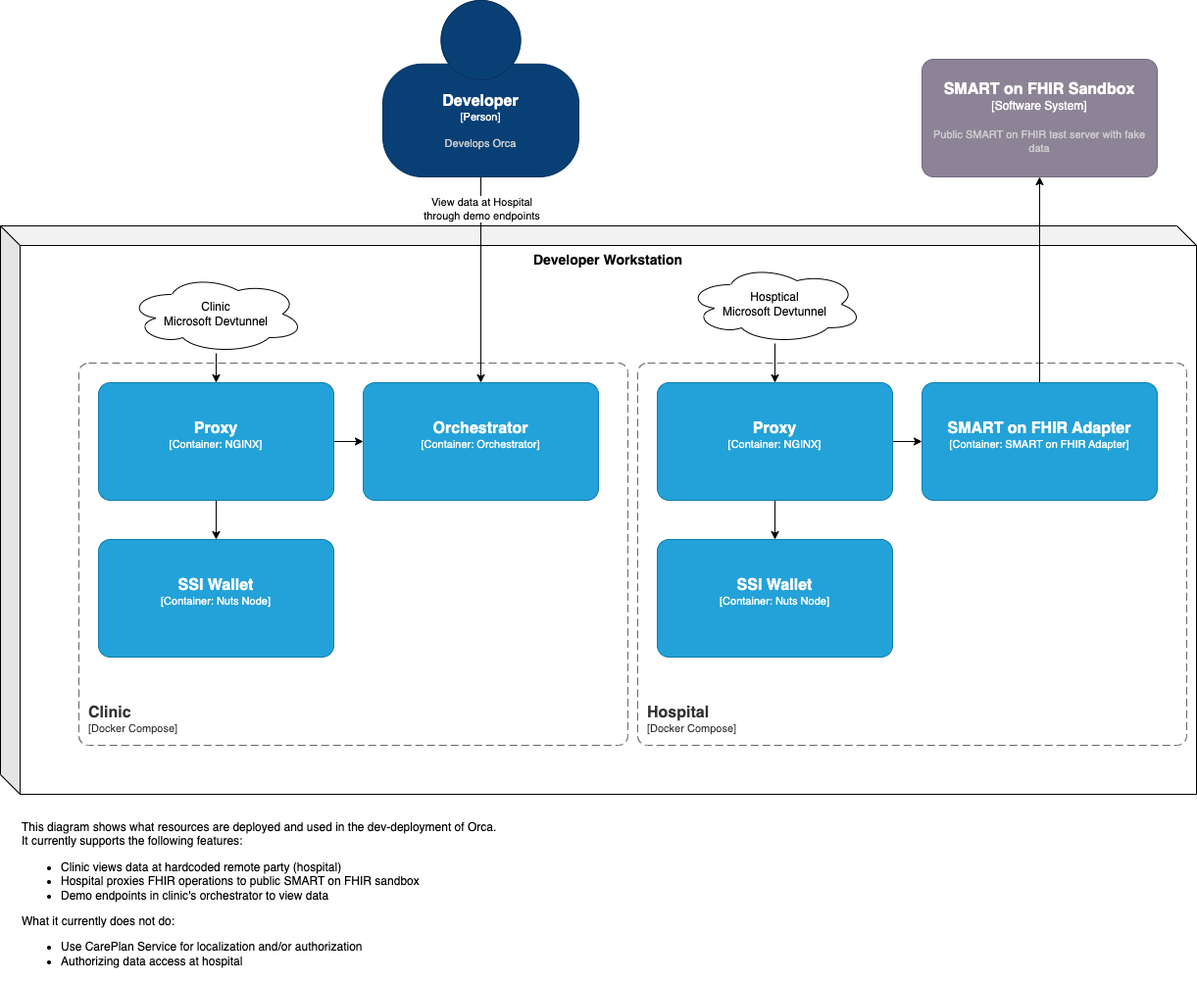
Above: deployments/dev/overview.png in SanteonNL/orca (draw.io), before the change. Source tidied: cells renumbered, new cells last; positions are measured from the earlier drawing's top-left corner, leaving out a move shared by most shapes. The source it was exported from:
```xml
<mxGraphModel>
  <root>
    <mxCell id="0" />
    <mxCell id="1" parent="0" />
    <mxCell id="2" value="&lt;b&gt;&lt;font style=&quot;font-size: 14px;&quot;&gt;Developer Workstation&lt;/font&gt;&lt;/b&gt;" style="shape=cube;whiteSpace=wrap;html=1;boundedLbl=1;backgroundOutline=1;darkOpacity=0.05;darkOpacity2=0.1;verticalAlign=top;" parent="1" vertex="1">
      <mxGeometry y="230" width="1220" height="580" as="geometry" />
    </mxCell>
    <object id="3" label="&lt;font style=&quot;font-size: 16px&quot;&gt;&lt;b&gt;&lt;div style=&quot;text-align: left&quot;&gt;%c4Name%&lt;/div&gt;&lt;/b&gt;&lt;/font&gt;&lt;div style=&quot;text-align: left&quot;&gt;[%c4Application%]&lt;/div&gt;" c4Application="Docker Compose" c4Name="Clinic" c4Type="SystemScopeBoundary" placeholders="1">
      <mxCell style="rounded=1;fontSize=11;whiteSpace=wrap;html=1;dashed=1;arcSize=20;fillColor=none;strokeColor=#666666;fontColor=#333333;labelBackgroundColor=none;align=left;verticalAlign=bottom;labelBorderColor=none;spacingTop=0;spacing=10;dashPattern=8 4;perimeter=rectanglePerimeter;noLabel=0;labelPadding=0;absoluteArcSize=1;" parent="1" vertex="1">
        <mxGeometry x="80" y="370" width="560" height="390" as="geometry" />
      </mxCell>
    </object>
    <object id="4" label="&lt;font style=&quot;font-size: 16px&quot;&gt;&lt;b&gt;%c4Name%&lt;/b&gt;&lt;/font&gt;&lt;div&gt;[%c4Type%: %c4Technology%]&lt;/div&gt;&lt;br&gt;&lt;div&gt;&lt;font style=&quot;font-size: 11px&quot;&gt;&lt;font color=&quot;#E6E6E6&quot;&gt;%c4Description%&lt;/font&gt;&lt;/div&gt;" c4Description="" c4Name="SSI Wallet" c4Technology="Nuts Node" c4Type="Container" placeholders="1">
      <mxCell style="rounded=1;whiteSpace=wrap;html=1;fontSize=11;labelBackgroundColor=none;fillColor=#23A2D9;fontColor=#ffffff;align=center;arcSize=10;strokeColor=#0E7DAD;points=[[0.25,0,0],[0.5,0,0],[0.75,0,0],[1,0.25,0],[1,0.5,0],[1,0.75,0],[0.75,1,0],[0.5,1,0],[0.25,1,0],[0,0.75,0],[0,0.5,0],[0,0.25,0]];" parent="1" vertex="1">
        <mxGeometry x="100" y="550" width="240" height="120" as="geometry" />
      </mxCell>
    </object>
    <mxCell id="5" style="edgeStyle=orthogonalEdgeStyle;rounded=0;jettySize=auto;html=1;" parent="1" edge="1" source="7" target="4">
      <mxGeometry relative="1" as="geometry" />
    </mxCell>
    <mxCell id="6" style="edgeStyle=orthogonalEdgeStyle;rounded=0;jettySize=auto;html=1;" parent="1" edge="1" source="7" target="8">
      <mxGeometry relative="1" as="geometry" />
    </mxCell>
    <object id="7" label="&lt;font style=&quot;font-size: 16px&quot;&gt;&lt;b&gt;%c4Name%&lt;/b&gt;&lt;/font&gt;&lt;div&gt;[%c4Type%: %c4Technology%]&lt;/div&gt;&lt;br&gt;&lt;div&gt;&lt;font style=&quot;font-size: 11px&quot;&gt;&lt;font color=&quot;#E6E6E6&quot;&gt;%c4Description%&lt;/font&gt;&lt;/div&gt;" c4Description="" c4Name="Proxy" c4Technology="NGINX" c4Type="Container" placeholders="1">
      <mxCell style="rounded=1;whiteSpace=wrap;html=1;fontSize=11;labelBackgroundColor=none;fillColor=#23A2D9;fontColor=#ffffff;align=center;arcSize=10;strokeColor=#0E7DAD;points=[[0.25,0,0],[0.5,0,0],[0.75,0,0],[1,0.25,0],[1,0.5,0],[1,0.75,0],[0.75,1,0],[0.5,1,0],[0.25,1,0],[0,0.75,0],[0,0.5,0],[0,0.25,0]];" parent="1" vertex="1">
        <mxGeometry x="100" y="390" width="240" height="120" as="geometry" />
      </mxCell>
    </object>
    <object id="8" label="&lt;font style=&quot;font-size: 16px&quot;&gt;&lt;b&gt;%c4Name%&lt;/b&gt;&lt;/font&gt;&lt;div&gt;[%c4Type%: %c4Technology%]&lt;/div&gt;&lt;br&gt;&lt;div&gt;&lt;font style=&quot;font-size: 11px&quot;&gt;&lt;font color=&quot;#E6E6E6&quot;&gt;%c4Description%&lt;/font&gt;&lt;/div&gt;" c4Description="" c4Name="Orchestrator" c4Technology="Orchestrator" c4Type="Container" placeholders="1">
      <mxCell style="rounded=1;whiteSpace=wrap;html=1;fontSize=11;labelBackgroundColor=none;fillColor=#23A2D9;fontColor=#ffffff;align=center;arcSize=10;strokeColor=#0E7DAD;points=[[0.25,0,0],[0.5,0,0],[0.75,0,0],[1,0.25,0],[1,0.5,0],[1,0.75,0],[0.75,1,0],[0.5,1,0],[0.25,1,0],[0,0.75,0],[0,0.5,0],[0,0.25,0]];" parent="1" vertex="1">
        <mxGeometry x="370" y="390" width="240" height="120" as="geometry" />
      </mxCell>
    </object>
    <mxCell id="9" style="edgeStyle=orthogonalEdgeStyle;rounded=0;jettySize=auto;html=1;" parent="1" edge="1" source="10" target="7">
      <mxGeometry relative="1" as="geometry" />
    </mxCell>
    <mxCell id="10" value="Clinic&lt;div&gt;Microsoft Devtunnel&lt;/div&gt;" style="ellipse;shape=cloud;whiteSpace=wrap;html=1;" parent="1" vertex="1">
      <mxGeometry x="130" y="280" width="180" height="80" as="geometry" />
    </mxCell>
    <object id="11" label="&lt;font style=&quot;font-size: 16px&quot;&gt;&lt;b&gt;&lt;div style=&quot;text-align: left&quot;&gt;%c4Name%&lt;/div&gt;&lt;/b&gt;&lt;/font&gt;&lt;div style=&quot;text-align: left&quot;&gt;[%c4Application%]&lt;/div&gt;" c4Application="Docker Compose" c4Name="Hospital" c4Type="SystemScopeBoundary" placeholders="1">
      <mxCell style="rounded=1;fontSize=11;whiteSpace=wrap;html=1;dashed=1;arcSize=20;fillColor=none;strokeColor=#666666;fontColor=#333333;labelBackgroundColor=none;align=left;verticalAlign=bottom;labelBorderColor=none;spacingTop=0;spacing=10;dashPattern=8 4;perimeter=rectanglePerimeter;noLabel=0;labelPadding=0;absoluteArcSize=1;" parent="1" vertex="1">
        <mxGeometry x="650" y="370" width="560" height="390" as="geometry" />
      </mxCell>
    </object>
    <object id="12" label="&lt;font style=&quot;font-size: 16px&quot;&gt;&lt;b&gt;%c4Name%&lt;/b&gt;&lt;/font&gt;&lt;div&gt;[%c4Type%: %c4Technology%]&lt;/div&gt;&lt;br&gt;&lt;div&gt;&lt;font style=&quot;font-size: 11px&quot;&gt;&lt;font color=&quot;#E6E6E6&quot;&gt;%c4Description%&lt;/font&gt;&lt;/div&gt;" c4Description="" c4Name="SSI Wallet" c4Technology="Nuts Node" c4Type="Container" placeholders="1">
      <mxCell style="rounded=1;whiteSpace=wrap;html=1;fontSize=11;labelBackgroundColor=none;fillColor=#23A2D9;fontColor=#ffffff;align=center;arcSize=10;strokeColor=#0E7DAD;points=[[0.25,0,0],[0.5,0,0],[0.75,0,0],[1,0.25,0],[1,0.5,0],[1,0.75,0],[0.75,1,0],[0.5,1,0],[0.25,1,0],[0,0.75,0],[0,0.5,0],[0,0.25,0]];" parent="1" vertex="1">
        <mxGeometry x="670" y="550" width="240" height="120" as="geometry" />
      </mxCell>
    </object>
    <mxCell id="13" style="edgeStyle=orthogonalEdgeStyle;rounded=0;jettySize=auto;html=1;" parent="1" edge="1" source="15" target="12">
      <mxGeometry relative="1" as="geometry" />
    </mxCell>
    <mxCell id="14" style="edgeStyle=orthogonalEdgeStyle;rounded=0;jettySize=auto;html=1;" parent="1" edge="1" source="15" target="17">
      <mxGeometry relative="1" as="geometry" />
    </mxCell>
    <object id="15" label="&lt;font style=&quot;font-size: 16px&quot;&gt;&lt;b&gt;%c4Name%&lt;/b&gt;&lt;/font&gt;&lt;div&gt;[%c4Type%: %c4Technology%]&lt;/div&gt;&lt;br&gt;&lt;div&gt;&lt;font style=&quot;font-size: 11px&quot;&gt;&lt;font color=&quot;#E6E6E6&quot;&gt;%c4Description%&lt;/font&gt;&lt;/div&gt;" c4Description="" c4Name="Proxy" c4Technology="NGINX" c4Type="Container" placeholders="1">
      <mxCell style="rounded=1;whiteSpace=wrap;html=1;fontSize=11;labelBackgroundColor=none;fillColor=#23A2D9;fontColor=#ffffff;align=center;arcSize=10;strokeColor=#0E7DAD;points=[[0.25,0,0],[0.5,0,0],[0.75,0,0],[1,0.25,0],[1,0.5,0],[1,0.75,0],[0.75,1,0],[0.5,1,0],[0.25,1,0],[0,0.75,0],[0,0.5,0],[0,0.25,0]];" parent="1" vertex="1">
        <mxGeometry x="670" y="390" width="240" height="120" as="geometry" />
      </mxCell>
    </object>
    <mxCell id="16" style="edgeStyle=orthogonalEdgeStyle;rounded=0;jettySize=auto;html=1;" parent="1" edge="1" source="17" target="20">
      <mxGeometry relative="1" as="geometry" />
    </mxCell>
    <object id="17" label="&lt;font style=&quot;font-size: 16px&quot;&gt;&lt;b&gt;%c4Name%&lt;/b&gt;&lt;/font&gt;&lt;div&gt;[%c4Type%: %c4Technology%]&lt;/div&gt;&lt;br&gt;&lt;div&gt;&lt;font style=&quot;font-size: 11px&quot;&gt;&lt;font color=&quot;#E6E6E6&quot;&gt;%c4Description%&lt;/font&gt;&lt;/div&gt;" c4Description="" c4Name="SMART on FHIR Adapter" c4Technology="SMART on FHIR Adapter" c4Type="Container" placeholders="1">
      <mxCell style="rounded=1;whiteSpace=wrap;html=1;fontSize=11;labelBackgroundColor=none;fillColor=#23A2D9;fontColor=#ffffff;align=center;arcSize=10;strokeColor=#0E7DAD;points=[[0.25,0,0],[0.5,0,0],[0.75,0,0],[1,0.25,0],[1,0.5,0],[1,0.75,0],[0.75,1,0],[0.5,1,0],[0.25,1,0],[0,0.75,0],[0,0.5,0],[0,0.25,0]];" parent="1" vertex="1">
        <mxGeometry x="940" y="390" width="240" height="120" as="geometry" />
      </mxCell>
    </object>
    <mxCell id="18" style="edgeStyle=orthogonalEdgeStyle;rounded=0;jettySize=auto;html=1;" parent="1" edge="1" source="19" target="15">
      <mxGeometry relative="1" as="geometry" />
    </mxCell>
    <mxCell id="19" value="Hosptical&lt;div&gt;Microsoft Devtunnel&lt;/div&gt;" style="ellipse;shape=cloud;whiteSpace=wrap;html=1;" parent="1" vertex="1">
      <mxGeometry x="700" y="270" width="180" height="80" as="geometry" />
    </mxCell>
    <object id="20" label="&lt;font style=&quot;font-size: 16px&quot;&gt;&lt;b&gt;%c4Name%&lt;/b&gt;&lt;/font&gt;&lt;div&gt;[%c4Type%]&lt;/div&gt;&lt;br&gt;&lt;div&gt;&lt;font style=&quot;font-size: 11px&quot;&gt;&lt;font color=&quot;#cccccc&quot;&gt;%c4Description%&lt;/font&gt;&lt;/div&gt;" c4Description="Public SMART on FHIR test server with fake data" c4Name="SMART on FHIR Sandbox" c4Type="Software System" placeholders="1">
      <mxCell style="rounded=1;whiteSpace=wrap;html=1;labelBackgroundColor=none;fillColor=#8C8496;fontColor=#ffffff;align=center;arcSize=10;strokeColor=#736782;points=[[0.25,0,0],[0.5,0,0],[0.75,0,0],[1,0.25,0],[1,0.5,0],[1,0.75,0],[0.75,1,0],[0.5,1,0],[0.25,1,0],[0,0.75,0],[0,0.5,0],[0,0.25,0]];" parent="1" vertex="1">
        <mxGeometry x="940" y="60" width="240" height="120" as="geometry" />
      </mxCell>
    </object>
    <mxCell id="21" style="edgeStyle=orthogonalEdgeStyle;rounded=0;jettySize=auto;html=1;" parent="1" edge="1" source="23" target="8">
      <mxGeometry relative="1" as="geometry" />
    </mxCell>
    <mxCell id="22" value="View data at Hospital&lt;div&gt;through demo endpoints&lt;/div&gt;" style="edgeLabel;html=1;align=center;verticalAlign=middle;" parent="21" vertex="1">
      <mxGeometry x="0.2" y="1" relative="1" as="geometry">
        <mxPoint x="-1" y="-94" as="offset" />
      </mxGeometry>
    </mxCell>
    <object id="23" label="&lt;font style=&quot;font-size: 16px&quot;&gt;&lt;b&gt;%c4Name%&lt;/b&gt;&lt;/font&gt;&lt;div&gt;[%c4Type%]&lt;/div&gt;&lt;br&gt;&lt;div&gt;&lt;font style=&quot;font-size: 11px&quot;&gt;&lt;font color=&quot;#cccccc&quot;&gt;%c4Description%&lt;/font&gt;&lt;/div&gt;" c4Description="Develops Orca" c4Name="Developer" c4Type="Person" placeholders="1">
      <mxCell style="html=1;fontSize=11;dashed=0;whiteSpace=wrap;fillColor=#083F75;strokeColor=#06315C;fontColor=#ffffff;shape=mxgraph.c4.person2;align=center;points=[[0.5,0,0],[1,0.5,0],[1,0.75,0],[0.75,1,0],[0.5,1,0],[0.25,1,0],[0,0.75,0],[0,0.5,0]];" parent="1" vertex="1">
        <mxGeometry x="390" width="200" height="180" as="geometry" />
      </mxCell>
    </object>
    <mxCell id="24" value="This diagram shows what resources are deployed and used in the dev-deployment of Orca.&lt;div&gt;It currently supports the following features:&lt;/div&gt;&lt;div&gt;&lt;ul&gt;&lt;li&gt;Clinic views data at hardcoded remote party (hospital)&lt;/li&gt;&lt;li&gt;Hospital proxies FHIR operations to public SMART on FHIR sandbox&lt;/li&gt;&lt;li&gt;Demo endpoints in clinic's orchestrator to view data&lt;/li&gt;&lt;/ul&gt;&lt;div&gt;What it currently does not do:&lt;/div&gt;&lt;/div&gt;&lt;div&gt;&lt;ul&gt;&lt;li&gt;Use CarePlan Service for localization and/or authorization&lt;/li&gt;&lt;li&gt;Authorizing data access at hospital&lt;/li&gt;&lt;/ul&gt;&lt;/div&gt;" style="text;html=1;align=left;verticalAlign=top;whiteSpace=wrap;rounded=0;" parent="1" vertex="1">
      <mxGeometry x="20" y="830" width="520" height="170" as="geometry" />
    </mxCell>
  </root>
</mxGraphModel>
```
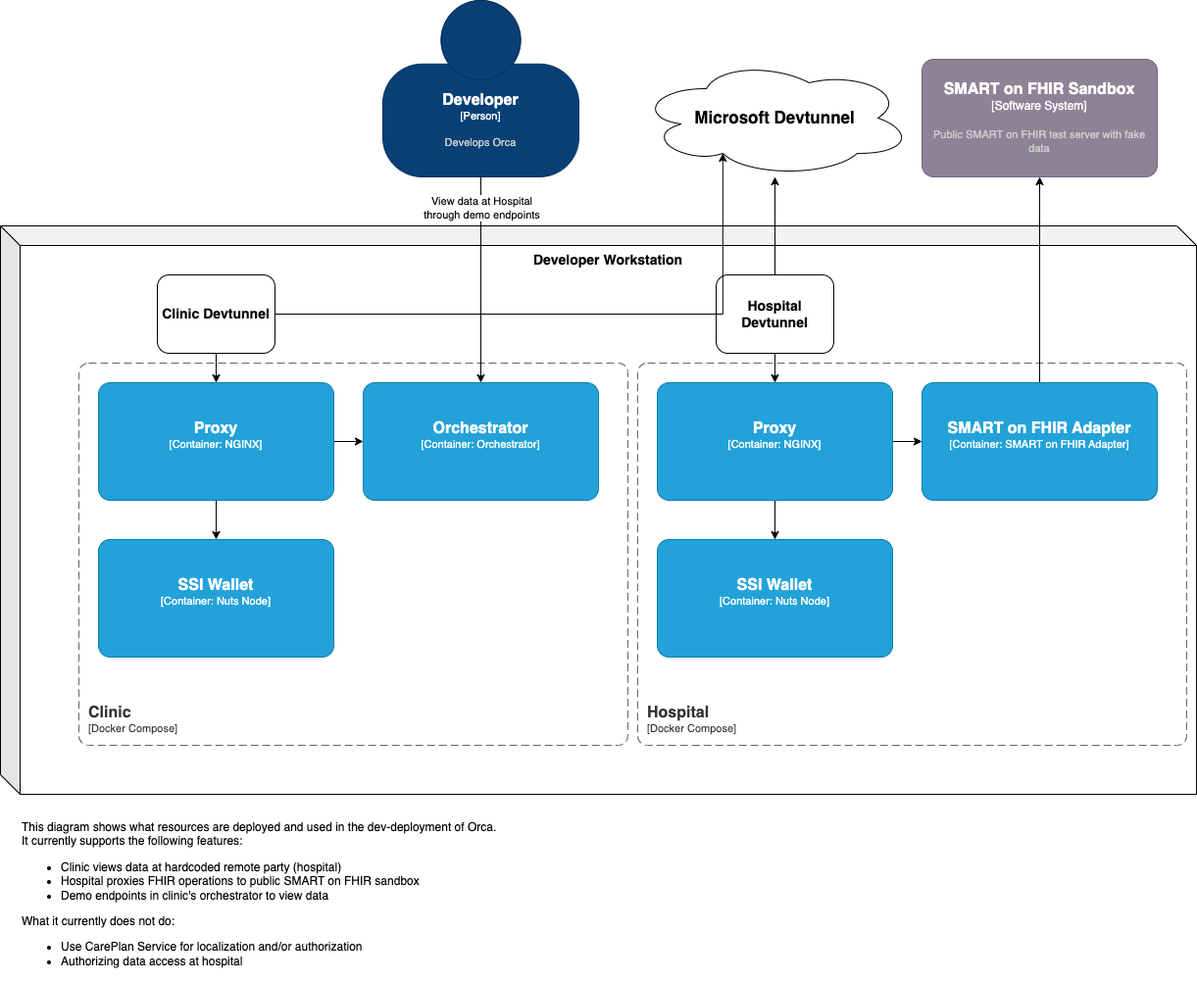
The same diagram one commit later.

What changed in the source:
```diff
@@ -31,12 +31,9 @@
         <mxGeometry x="370" y="390" width="240" height="120" as="geometry" />
       </mxCell>
     </object>
-    <mxCell id="9" style="edgeStyle=orthogonalEdgeStyle;rounded=0;jettySize=auto;html=1;" parent="1" edge="1" source="10" target="7">
+    <mxCell id="9" style="edgeStyle=orthogonalEdgeStyle;rounded=0;jettySize=auto;html=1;exitX=0.5;exitY=1;exitDx=0;exitDy=0;" parent="1" edge="1" source="25" target="7">
       <mxGeometry relative="1" as="geometry" />
     </mxCell>
-    <mxCell id="10" value="Clinic&lt;div&gt;Microsoft Devtunnel&lt;/div&gt;" style="ellipse;shape=cloud;whiteSpace=wrap;html=1;" parent="1" vertex="1">
-      <mxGeometry x="130" y="280" width="180" height="80" as="geometry" />
-    </mxCell>
     <object id="11" label="&lt;font style=&quot;font-size: 16px&quot;&gt;&lt;b&gt;&lt;div style=&quot;text-align: left&quot;&gt;%c4Name%&lt;/div&gt;&lt;/b&gt;&lt;/font&gt;&lt;div style=&quot;text-align: left&quot;&gt;[%c4Application%]&lt;/div&gt;" c4Application="Docker Compose" c4Name="Hospital" c4Type="SystemScopeBoundary" placeholders="1">
       <mxCell style="rounded=1;fontSize=11;whiteSpace=wrap;html=1;dashed=1;arcSize=20;fillColor=none;strokeColor=#666666;fontColor=#333333;labelBackgroundColor=none;align=left;verticalAlign=bottom;labelBorderColor=none;spacingTop=0;spacing=10;dashPattern=8 4;perimeter=rectanglePerimeter;noLabel=0;labelPadding=0;absoluteArcSize=1;" parent="1" vertex="1">
         <mxGeometry x="650" y="370" width="560" height="390" as="geometry" />
@@ -66,11 +63,11 @@
         <mxGeometry x="940" y="390" width="240" height="120" as="geometry" />
       </mxCell>
     </object>
-    <mxCell id="18" style="edgeStyle=orthogonalEdgeStyle;rounded=0;jettySize=auto;html=1;" parent="1" edge="1" source="19" target="15">
+    <mxCell id="18" style="edgeStyle=orthogonalEdgeStyle;rounded=0;jettySize=auto;html=1;exitX=0.5;exitY=1;exitDx=0;exitDy=0;" parent="1" edge="1" source="27" target="15">
       <mxGeometry relative="1" as="geometry" />
     </mxCell>
-    <mxCell id="19" value="Hosptical&lt;div&gt;Microsoft Devtunnel&lt;/div&gt;" style="ellipse;shape=cloud;whiteSpace=wrap;html=1;" parent="1" vertex="1">
-      <mxGeometry x="700" y="270" width="180" height="80" as="geometry" />
+    <mxCell id="19" value="&lt;div style=&quot;font-size: 17px;&quot;&gt;Microsoft Devtunnel&lt;/div&gt;" style="ellipse;shape=cloud;whiteSpace=wrap;html=1;fontStyle=1;fontSize=17;" parent="1" vertex="1">
+      <mxGeometry x="650" y="60" width="280" height="120" as="geometry" />
     </mxCell>
     <object id="20" label="&lt;font style=&quot;font-size: 16px&quot;&gt;&lt;b&gt;%c4Name%&lt;/b&gt;&lt;/font&gt;&lt;div&gt;[%c4Type%]&lt;/div&gt;&lt;br&gt;&lt;div&gt;&lt;font style=&quot;font-size: 11px&quot;&gt;&lt;font color=&quot;#cccccc&quot;&gt;%c4Description%&lt;/font&gt;&lt;/div&gt;" c4Description="Public SMART on FHIR test server with fake data" c4Name="SMART on FHIR Sandbox" c4Type="Software System" placeholders="1">
       <mxCell style="rounded=1;whiteSpace=wrap;html=1;labelBackgroundColor=none;fillColor=#8C8496;fontColor=#ffffff;align=center;arcSize=10;strokeColor=#736782;points=[[0.25,0,0],[0.5,0,0],[0.75,0,0],[1,0.25,0],[1,0.5,0],[1,0.75,0],[0.75,1,0],[0.5,1,0],[0.25,1,0],[0,0.75,0],[0,0.5,0],[0,0.25,0]];" parent="1" vertex="1">
@@ -93,5 +90,17 @@
     <mxCell id="24" value="This diagram shows what resources are deployed and used in the dev-deployment of Orca.&lt;div&gt;It currently supports the following features:&lt;/div&gt;&lt;div&gt;&lt;ul&gt;&lt;li&gt;Clinic views data at hardcoded remote party (hospital)&lt;/li&gt;&lt;li&gt;Hospital proxies FHIR operations to public SMART on FHIR sandbox&lt;/li&gt;&lt;li&gt;Demo endpoints in clinic's orchestrator to view data&lt;/li&gt;&lt;/ul&gt;&lt;div&gt;What it currently does not do:&lt;/div&gt;&lt;/div&gt;&lt;div&gt;&lt;ul&gt;&lt;li&gt;Use CarePlan Service for localization and/or authorization&lt;/li&gt;&lt;li&gt;Authorizing data access at hospital&lt;/li&gt;&lt;/ul&gt;&lt;/div&gt;" style="text;html=1;align=left;verticalAlign=top;whiteSpace=wrap;rounded=0;" parent="1" vertex="1">
       <mxGeometry x="20" y="830" width="520" height="170" as="geometry" />
     </mxCell>
+    <mxCell id="25" value="Clinic Devtunnel" style="rounded=1;whiteSpace=wrap;html=1;fontStyle=1;fontSize=14;" parent="1" vertex="1">
+      <mxGeometry x="160" y="280" width="120" height="80" as="geometry" />
+    </mxCell>
+    <mxCell id="26" style="edgeStyle=orthogonalEdgeStyle;rounded=0;jettySize=auto;html=1;" parent="1" edge="1" source="27" target="19">
+      <mxGeometry relative="1" as="geometry" />
+    </mxCell>
+    <mxCell id="27" value="Hospital Devtunnel" style="rounded=1;whiteSpace=wrap;html=1;fontStyle=1;fontSize=14;" parent="1" vertex="1">
+      <mxGeometry x="730" y="280" width="120" height="80" as="geometry" />
+    </mxCell>
+    <mxCell id="28" style="edgeStyle=orthogonalEdgeStyle;rounded=0;jettySize=auto;html=1;entryX=0.31;entryY=0.8;entryDx=0;entryDy=0;entryPerimeter=0;exitX=1;exitY=0.5;exitDx=0;exitDy=0;" parent="1" edge="1" source="25" target="19">
+      <mxGeometry relative="1" as="geometry" />
+    </mxCell>
   </root>
 </mxGraphModel>
```
